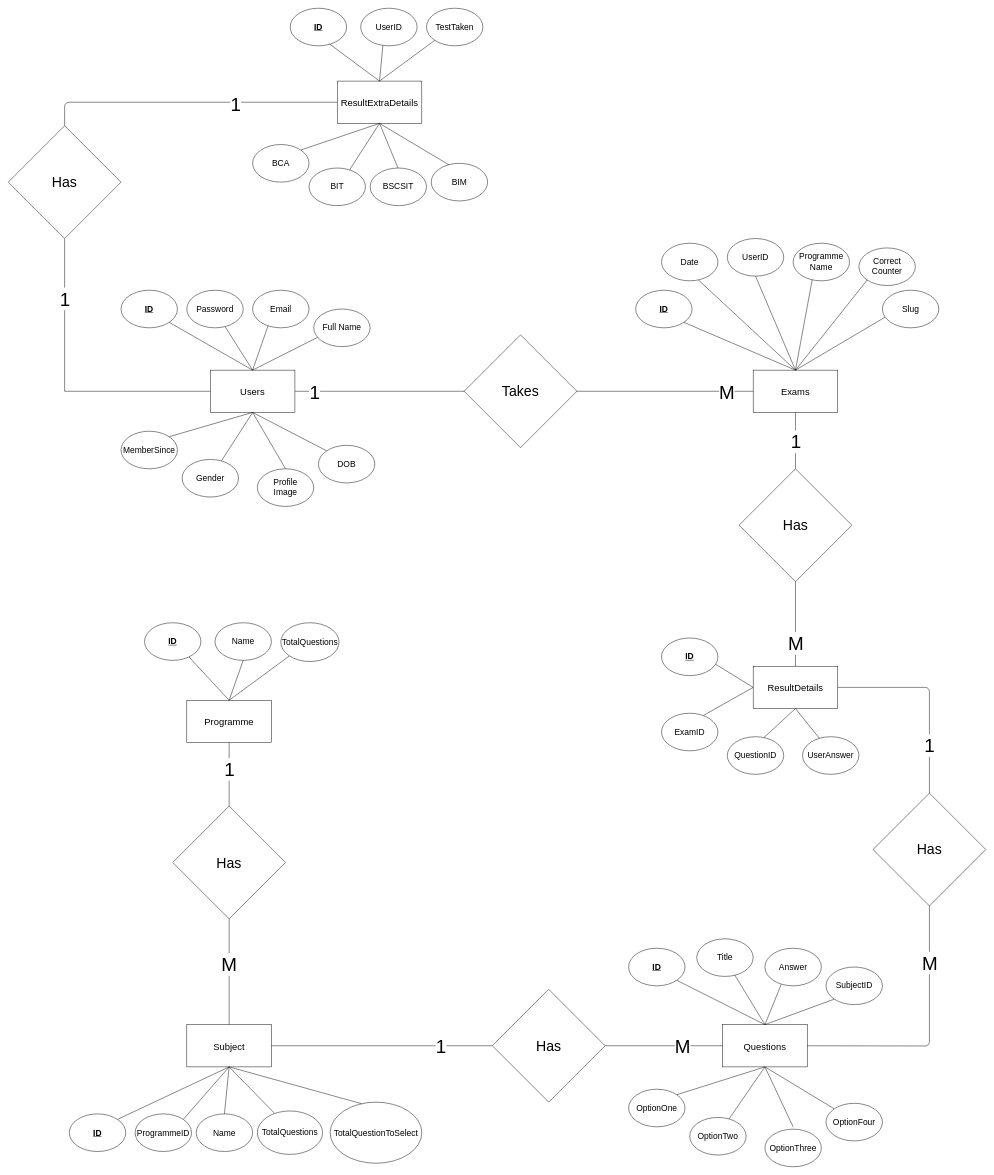
Above: static/Project Diagram/Editable Designs/ER-Diagram.drawio in ghanteyyy/Online-Entrance-Preparation (draw.io), before the change. Source tidied: cells renumbered, new cells numbered last; positions are measured from the earlier drawing's top-left corner, leaving out a move shared by most shapes. Both pictures are drawn from the tidied source at 47%, with x=0, y=0 at pixel (8, 8).
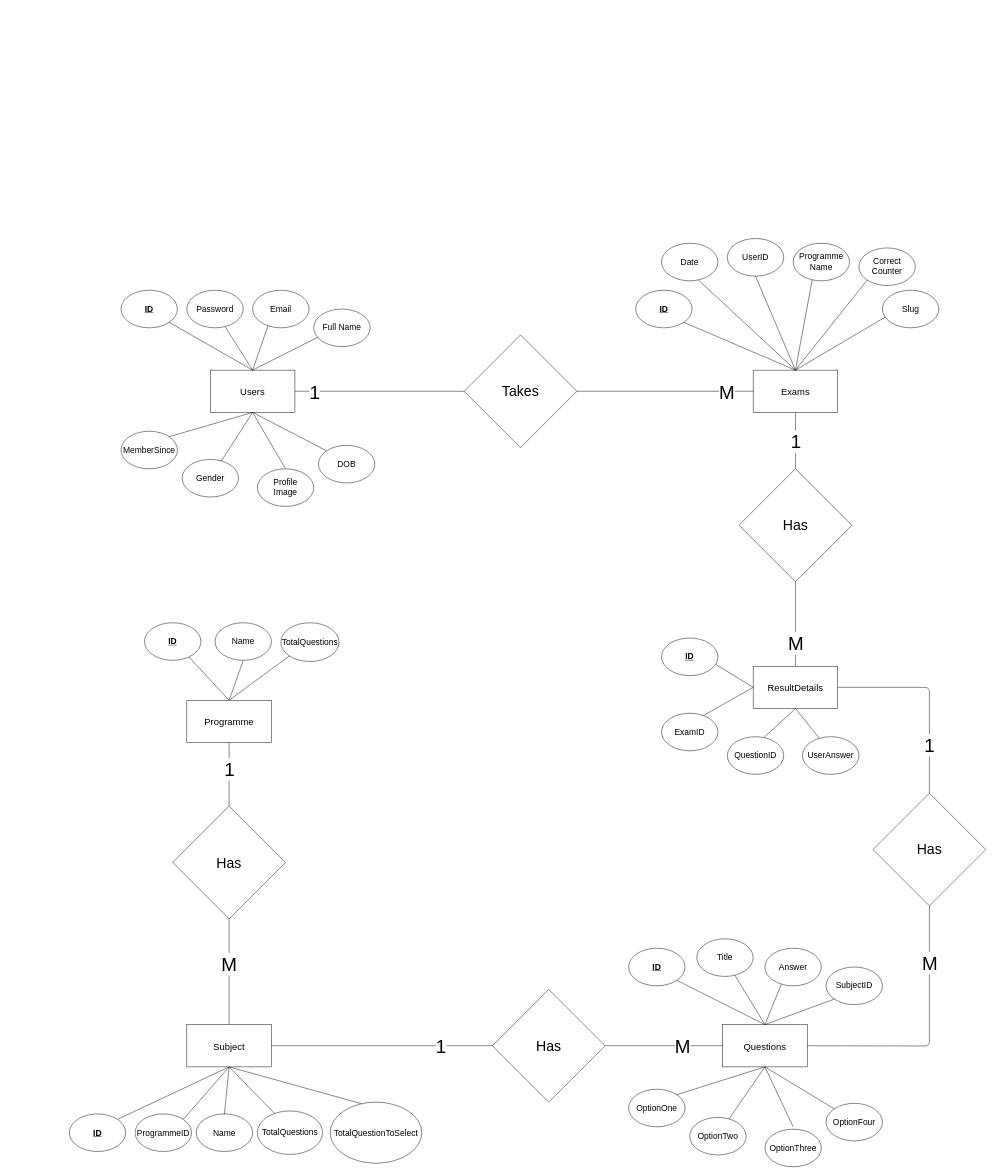
The same diagram, later.

Unchanged cells that the change refers to:
```xml
<mxCell id="17" value="&lt;font style=&quot;font-size: 20px;&quot;&gt;Users&lt;/font&gt;" style="rounded=0;whiteSpace=wrap;html=1;" parent="1" vertex="1">
  <mxGeometry x="430" y="770" width="180" height="90" as="geometry" />
</mxCell>
```

What changed in the source:
```diff
@@
-    <mxCell id="92" value="&lt;font style=&quot;font-size: 20px;&quot;&gt;ResultExtraDetails&lt;/font&gt;" style="rounded=0;whiteSpace=wrap;html=1;" parent="1" vertex="1">
-      <mxGeometry x="700" y="155" width="180" height="90" as="geometry" />
-    </mxCell>
-    <mxCell id="93" style="endArrow=none;html=1;rounded=0;exitX=0;exitY=0.5;exitDx=0;exitDy=0;entryX=0.5;entryY=1;entryDx=0;entryDy=0;" parent="1" edge="1" source="17" target="95">
-      <mxGeometry relative="1" as="geometry">
-        <Array as="points">
-          <mxPoint x="120" y="815" />
-        </Array>
-      </mxGeometry>
-    </mxCell>
-    <mxCell id="94" value="&lt;font style=&quot;font-size: 40px;&quot;&gt;1&lt;/font&gt;" style="edgeLabel;html=1;align=center;verticalAlign=middle;" parent="93" vertex="1">
-      <mxGeometry x="0.6" relative="1" as="geometry" />
-    </mxCell>
-    <mxCell id="95" value="&lt;font style=&quot;font-size: 30px;&quot;&gt;Has&lt;/font&gt;" style="rhombus;whiteSpace=wrap;html=1;" parent="1" vertex="1">
-      <mxGeometry y="250" width="240" height="240" as="geometry" />
-    </mxCell>
-    <mxCell id="96" style="endArrow=none;html=1;rounded=1;exitX=0.5;exitY=0;exitDx=0;exitDy=0;entryX=0;entryY=0.5;entryDx=0;entryDy=0;" parent="1" edge="1" source="95" target="92">
-      <mxGeometry relative="1" as="geometry">
-        <Array as="points">
-          <mxPoint x="120" y="200" />
-        </Array>
-      </mxGeometry>
-    </mxCell>
-    <mxCell id="97" value="&lt;font style=&quot;font-size: 40px;&quot;&gt;1&lt;/font&gt;" style="edgeLabel;html=1;align=center;verticalAlign=middle;" parent="96" vertex="1">
-      <mxGeometry x="0.31" y="-4" relative="1" as="geometry" />
-    </mxCell>
-    <mxCell id="98" value="&lt;font style=&quot;font-size: 18px;&quot;&gt;&lt;u&gt;&lt;b&gt;ID&lt;/b&gt;&lt;/u&gt;&lt;/font&gt;" style="ellipse;whiteSpace=wrap;html=1;" parent="1" vertex="1">
-      <mxGeometry x="600" width="120" height="80" as="geometry" />
-    </mxCell>
-    <mxCell id="99" value="&lt;font style=&quot;font-size: 18px;&quot;&gt;UserID&lt;/font&gt;" style="ellipse;whiteSpace=wrap;html=1;" parent="1" vertex="1">
-      <mxGeometry x="750" width="120" height="80" as="geometry" />
-    </mxCell>
-    <mxCell id="100" value="&lt;font style=&quot;font-size: 18px;&quot;&gt;TestTaken&lt;/font&gt;" style="ellipse;whiteSpace=wrap;html=1;" parent="1" vertex="1">
-      <mxGeometry x="890" width="120" height="80" as="geometry" />
-    </mxCell>
-    <mxCell id="101" value="&lt;font style=&quot;font-size: 18px;&quot;&gt;BIM&lt;/font&gt;" style="ellipse;whiteSpace=wrap;html=1;" parent="1" vertex="1">
-      <mxGeometry x="900" y="330" width="120" height="80" as="geometry" />
-    </mxCell>
-    <mxCell id="102" value="&lt;font style=&quot;font-size: 18px;&quot;&gt;BIT&lt;/font&gt;" style="ellipse;whiteSpace=wrap;html=1;" parent="1" vertex="1">
-      <mxGeometry x="640" y="340" width="120" height="80" as="geometry" />
-    </mxCell>
-    <mxCell id="103" value="&lt;font style=&quot;font-size: 18px;&quot;&gt;BCA&lt;/font&gt;" style="ellipse;whiteSpace=wrap;html=1;" parent="1" vertex="1">
-      <mxGeometry x="520" y="290" width="120" height="80" as="geometry" />
-    </mxCell>
-    <mxCell id="104" value="&lt;font style=&quot;font-size: 18px;&quot;&gt;BSCSIT&lt;/font&gt;" style="ellipse;whiteSpace=wrap;html=1;" parent="1" vertex="1">
-      <mxGeometry x="770" y="340" width="120" height="80" as="geometry" />
-    </mxCell>
-    <mxCell id="105" style="endArrow=none;html=1;rounded=0;exitX=0.701;exitY=0.956;exitDx=0;exitDy=0;entryX=0.5;entryY=0;entryDx=0;entryDy=0;exitPerimeter=0;" parent="1" edge="1" source="98" target="92">
-      <mxGeometry relative="1" as="geometry" />
-    </mxCell>
-    <mxCell id="106" style="endArrow=none;html=1;rounded=0;entryX=0.393;entryY=0.99;entryDx=0;entryDy=0;exitX=0.5;exitY=0;exitDx=0;exitDy=0;entryPerimeter=0;" parent="1" edge="1" source="92" target="99">
-      <mxGeometry relative="1" as="geometry" />
-    </mxCell>
-    <mxCell id="107" style="endArrow=none;html=1;rounded=0;entryX=0;entryY=1;entryDx=0;entryDy=0;exitX=0.5;exitY=0;exitDx=0;exitDy=0;" parent="1" edge="1" source="92" target="100">
-      <mxGeometry relative="1" as="geometry" />
-    </mxCell>
-    <mxCell id="108" style="endArrow=none;html=1;rounded=0;exitX=1;exitY=0;exitDx=0;exitDy=0;entryX=0.5;entryY=1;entryDx=0;entryDy=0;" parent="1" edge="1" source="103" target="92">
-      <mxGeometry relative="1" as="geometry" />
-    </mxCell>
-    <mxCell id="109" style="endArrow=none;html=1;rounded=0;exitX=0.718;exitY=0.051;exitDx=0;exitDy=0;entryX=0.5;entryY=1;entryDx=0;entryDy=0;exitPerimeter=0;" parent="1" edge="1" source="102" target="92">
-      <mxGeometry relative="1" as="geometry" />
-    </mxCell>
-    <mxCell id="110" style="endArrow=none;html=1;rounded=0;entryX=0.5;entryY=1;entryDx=0;entryDy=0;exitX=0.494;exitY=-0.001;exitDx=0;exitDy=0;exitPerimeter=0;" parent="1" edge="1" source="104" target="92">
-      <mxGeometry relative="1" as="geometry" />
-    </mxCell>
-    <mxCell id="111" style="endArrow=none;html=1;rounded=0;exitX=0.312;exitY=0.038;exitDx=0;exitDy=0;entryX=0.5;entryY=1;entryDx=0;entryDy=0;exitPerimeter=0;" parent="1" edge="1" source="101" target="92">
-      <mxGeometry relative="1" as="geometry" />
-    </mxCell>
```
